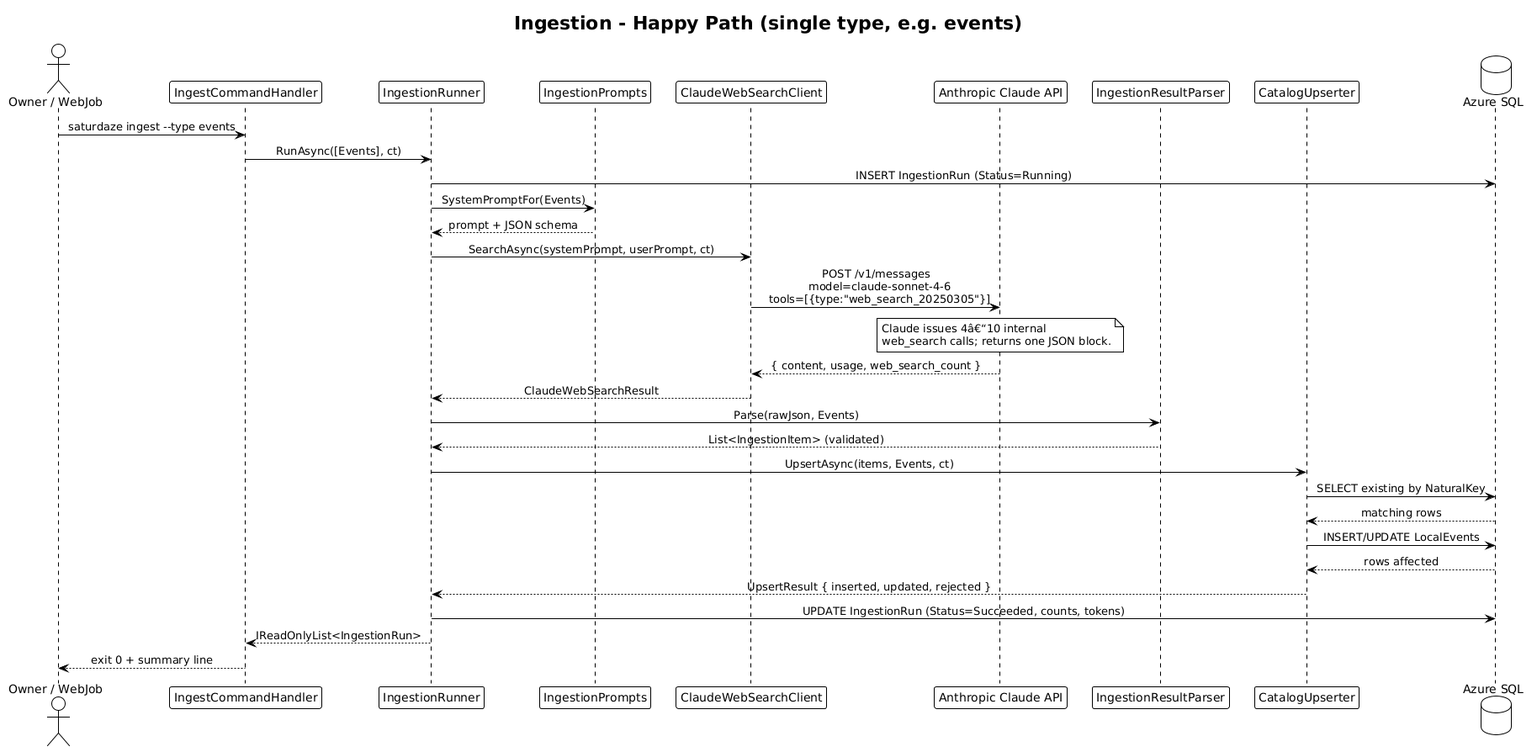
The PlantUML diagram docs/detailed-designs/01-schedule-ingestion/diagrams/sequence_happy_path.png in QuinntyneBrown/saturdaze, before a commit.
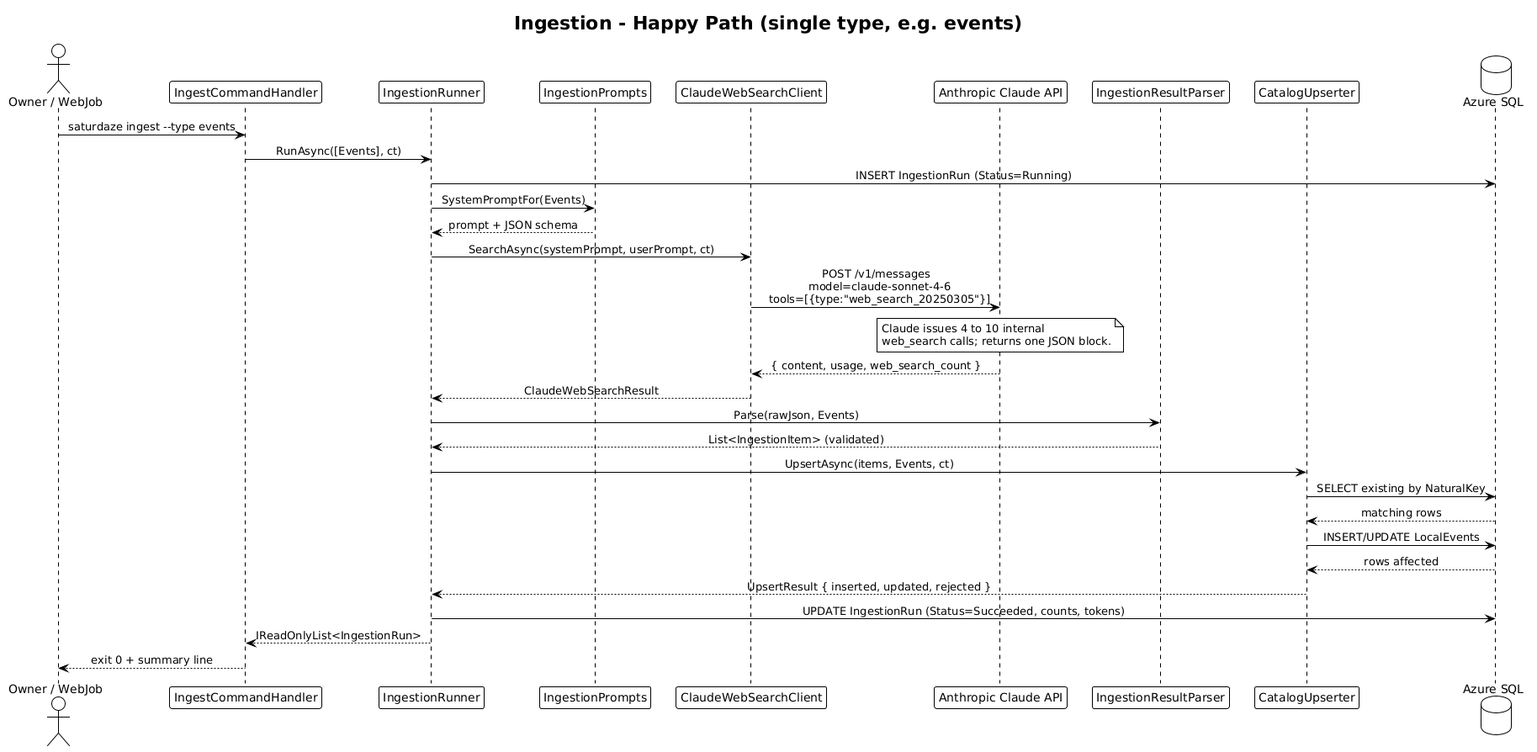
Later version of the same file.

Commit message:
Strip non-ASCII from PlantUML sources so diagrams render cleanly

What changed in the source:
```diff
@@ -21,7 +21,7 @@
 prompts --> runner: prompt + JSON schema
 runner -> client: SearchAsync(systemPrompt, userPrompt, ct)
 client -> claude: POST /v1/messages\n  model=claude-sonnet-4-6\n  tools=[{type:"web_search_20250305"}]
-note over claude: Claude issues 4â€“10 internal\nweb_search calls; returns one JSON block.
+note over claude: Claude issues 4 to 10 internal\nweb_search calls; returns one JSON block.
 claude --> client: { content, usage, web_search_count }
 client --> runner: ClaudeWebSearchResult
 runner -> parser: Parse(rawJson, Events)
```
